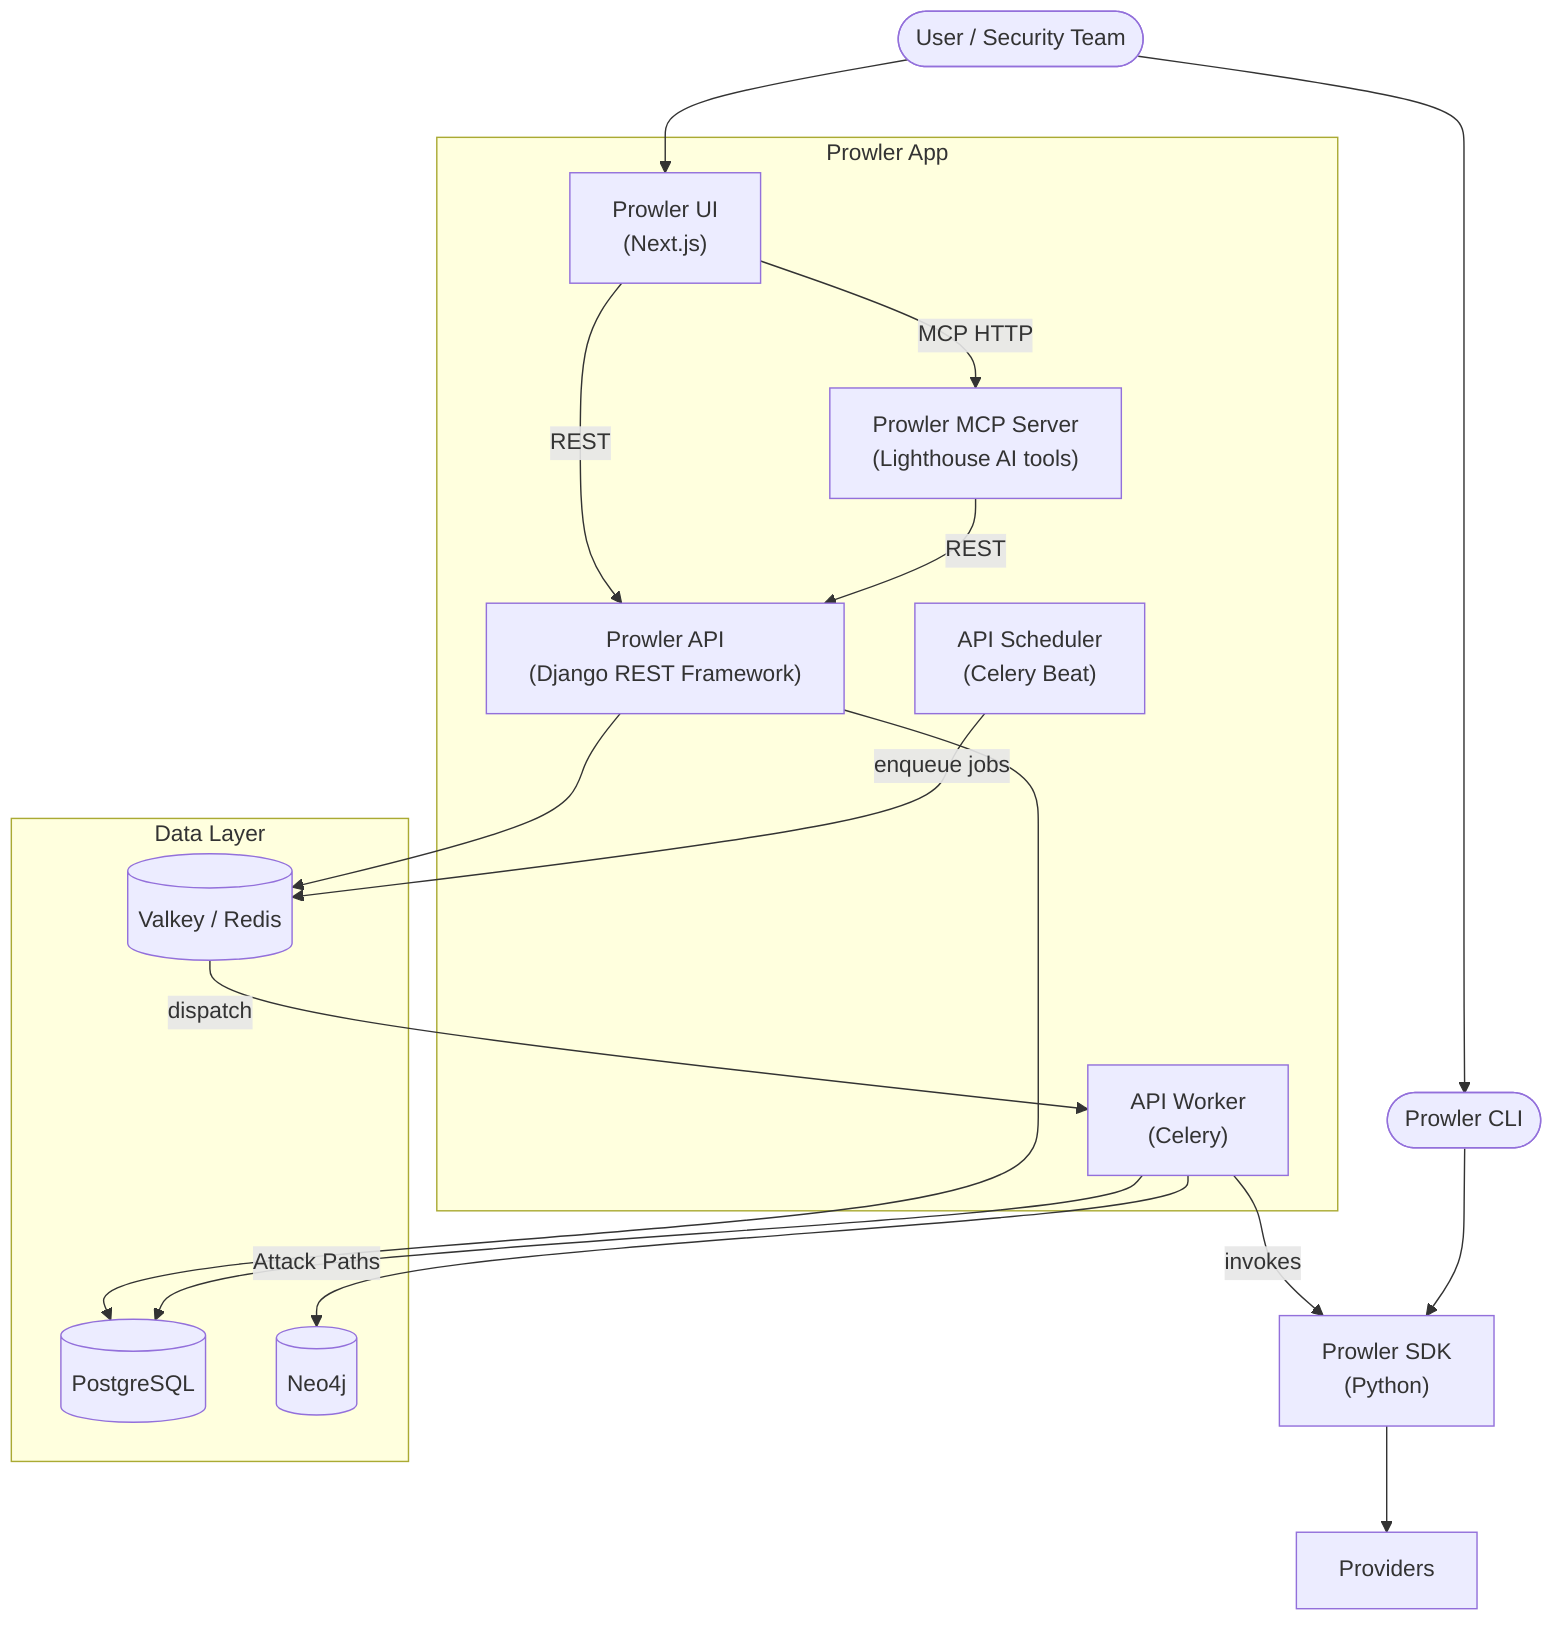
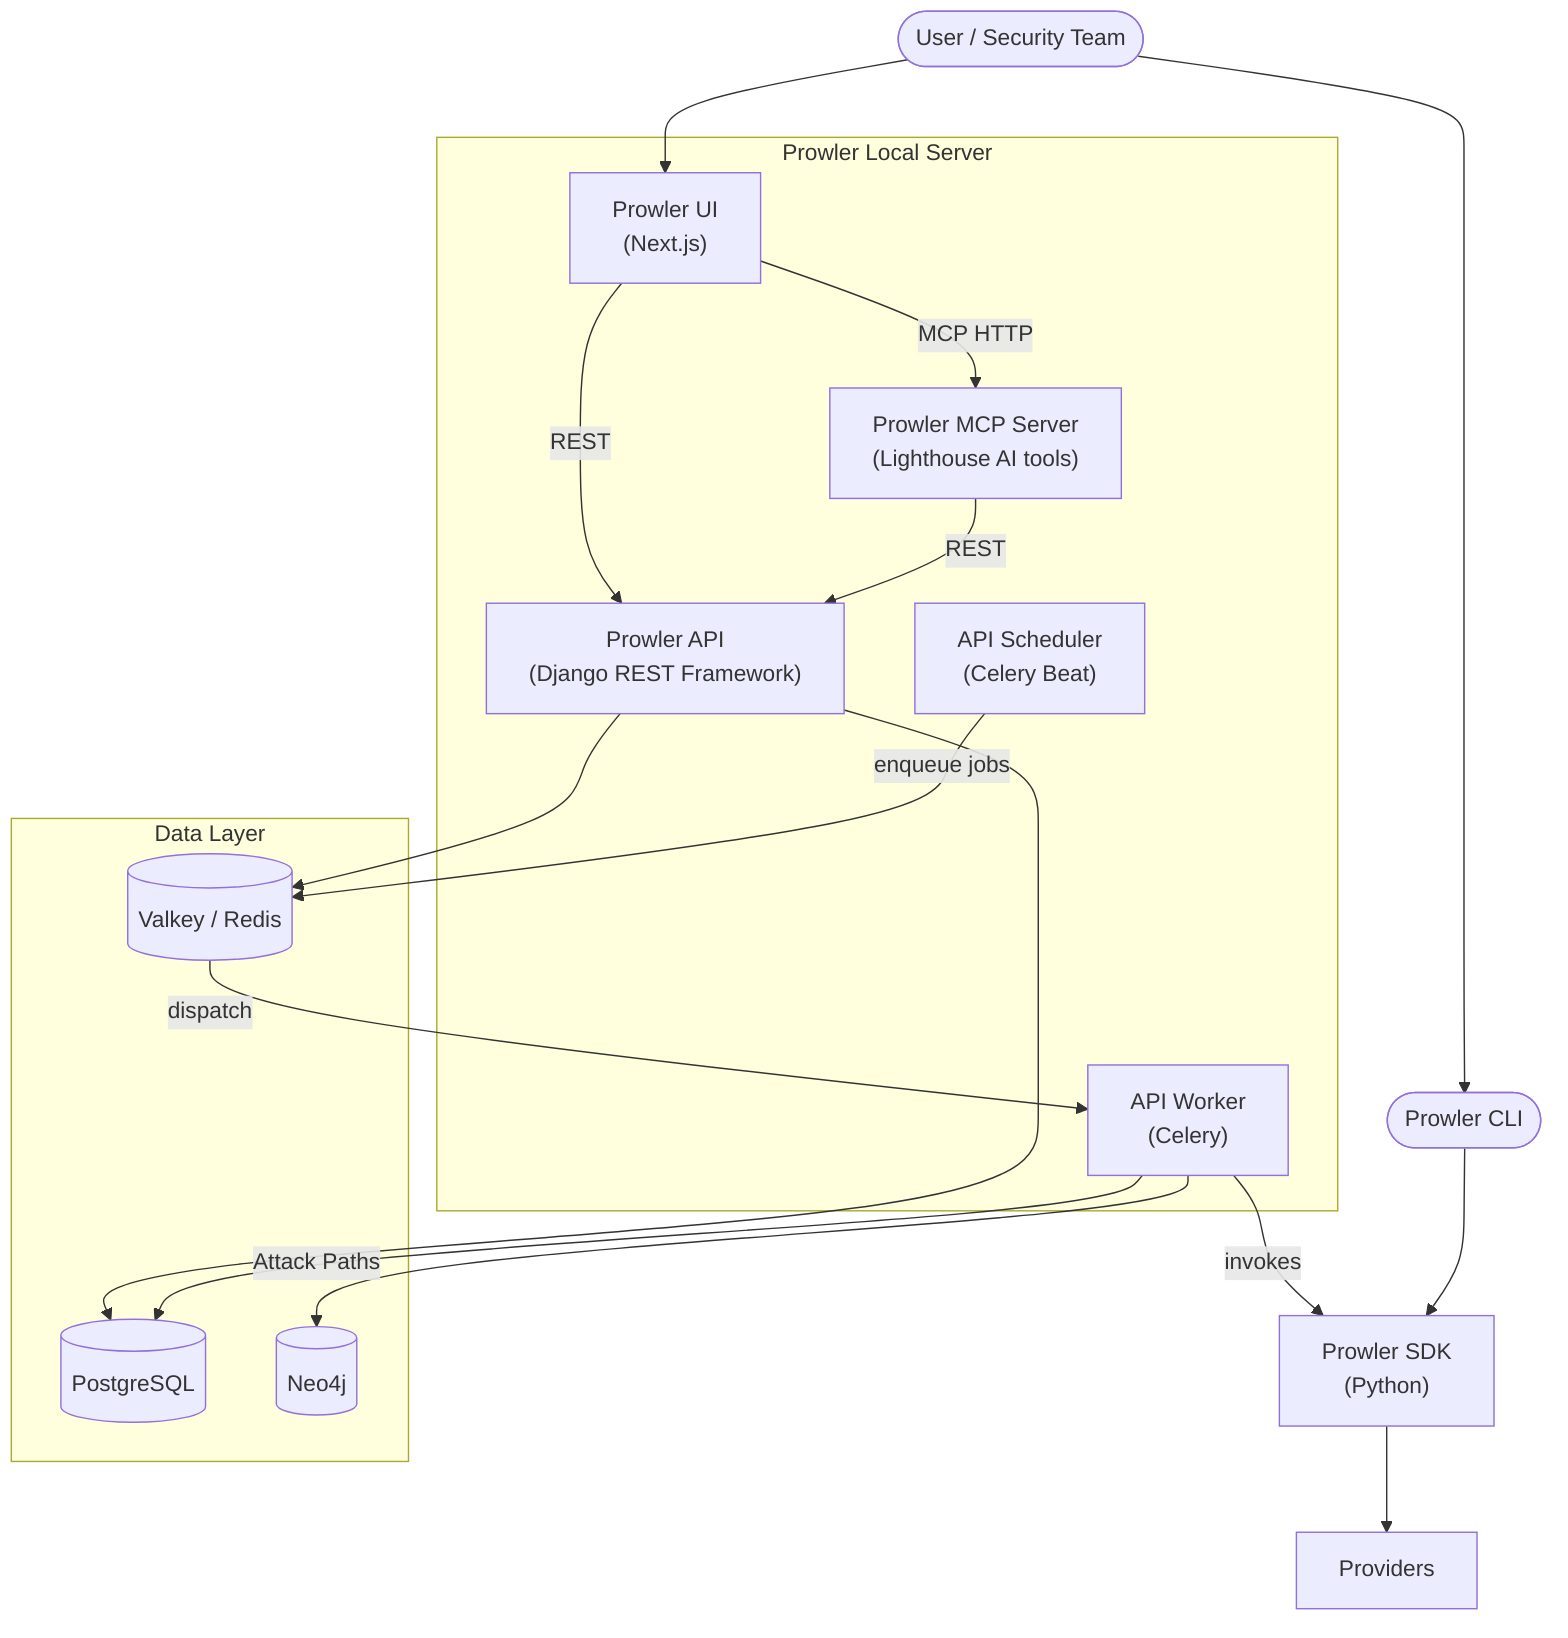
+ %% Source of truth for the architecture diagram.
+ %% Inlined as native mermaid blocks in the root README.md and in docs/getting-started/products/prowler-app.mdx: keep all copies in sync.
flowchart TB
    user([User / Security Team])
    cli([Prowler CLI])

-     subgraph APP["Prowler App"]
+     subgraph APP["Prowler Local Server"]
        ui["Prowler UI<br/>(Next.js)"]
        api["Prowler API<br/>(Django REST Framework)"]
        worker["API Worker<br/>(Celery)"]
        beat["API Scheduler<br/>(Celery Beat)"]
        mcp["Prowler MCP Server<br/>(Lighthouse AI tools)"]
    end

    sdk["Prowler SDK<br/>(Python)"]

    subgraph DATA["Data Layer"]
        pg[("PostgreSQL")]
        valkey[("Valkey / Redis")]
        neo4j[("Neo4j")]
    end

    providers["Providers"]

    user --> ui
    user --> cli
    ui -->|REST| api
    ui -->|MCP HTTP| mcp
    mcp -->|REST| api
    api --> pg
    api --> valkey
    beat -->|enqueue jobs| valkey
    valkey -->|dispatch| worker
    worker --> pg
    worker -->|Attack Paths| neo4j
    worker -->|invokes| sdk
    cli --> sdk

    sdk --> providers
